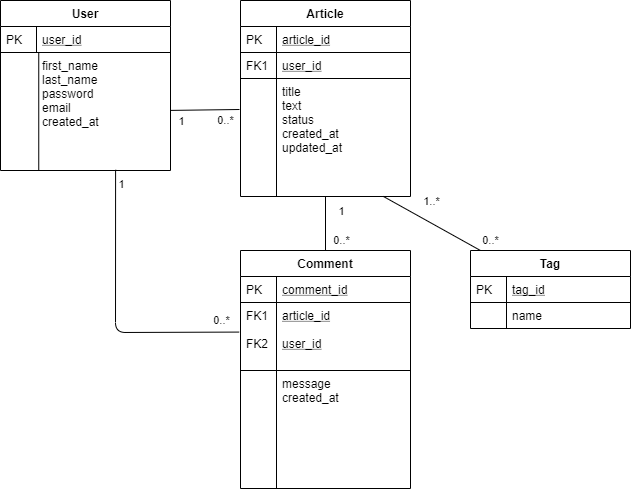
alicedubrovskaya/blog-leverx keeps this draw.io diagram as entities_diagram.png. Above is the earlier version. Source tidied: cells renumbered, new cells last; positions are measured from the earlier drawing's top-left corner, leaving out a move shared by most shapes. Source of this version:
```xml
<mxGraphModel>
  <root>
    <mxCell id="0" />
    <mxCell id="1" parent="0" />
    <mxCell id="2" value="User" style="swimlane;fontStyle=1;horizontal=1;startSize=26;rounded=0;shadow=0;strokeWidth=1;" parent="1" vertex="1">
      <mxGeometry width="170" height="170" as="geometry" />
    </mxCell>
    <mxCell id="3" value="user_id&#10;" style="shape=partialRectangle;top=0;left=0;right=0;bottom=1;align=left;verticalAlign=top;fillColor=none;spacingLeft=40;spacingRight=4;overflow=hidden;rounded=0;shadow=0;strokeWidth=1;fontStyle=4;" parent="2" vertex="1">
      <mxGeometry y="26" width="170" height="26" as="geometry" />
    </mxCell>
    <mxCell id="4" value="PK" style="shape=partialRectangle;top=0;left=0;bottom=0;fillColor=none;align=left;verticalAlign=top;spacingLeft=4;spacingRight=4;overflow=hidden;" parent="3" vertex="1">
      <mxGeometry width="36" height="26" as="geometry" />
    </mxCell>
    <mxCell id="5" value="first_name&#10;last_name&#10;password&#10;email&#10;created_at&#10;" style="shape=partialRectangle;top=0;left=0;right=0;bottom=0;align=left;verticalAlign=top;fillColor=none;spacingLeft=40;spacingRight=4;overflow=hidden;points=[[0,0.5],[1,0.5]];portConstraint=eastwest;rounded=0;shadow=0;strokeWidth=1;" parent="2" vertex="1">
      <mxGeometry y="52" width="170" height="118" as="geometry" />
    </mxCell>
    <mxCell id="6" style="shape=partialRectangle;top=0;left=0;bottom=0;fillColor=none;align=left;verticalAlign=top;spacingLeft=4;spacingRight=4;overflow=hidden;" parent="5" vertex="1">
      <mxGeometry width="38.2" height="118" as="geometry" />
    </mxCell>
    <mxCell id="7" value="Article" style="swimlane;fontStyle=1;horizontal=1;startSize=26;rounded=0;shadow=0;strokeWidth=1;" parent="1" vertex="1">
      <mxGeometry x="240" width="170" height="196" as="geometry" />
    </mxCell>
    <mxCell id="8" value="article_id&#10;" style="shape=partialRectangle;top=0;left=0;right=0;bottom=1;align=left;verticalAlign=top;fillColor=none;spacingLeft=40;spacingRight=4;overflow=hidden;rounded=0;shadow=0;strokeWidth=1;fontStyle=4;" parent="7" vertex="1">
      <mxGeometry y="26" width="170" height="26" as="geometry" />
    </mxCell>
    <mxCell id="9" value="PK" style="shape=partialRectangle;top=0;left=0;bottom=0;fillColor=none;align=left;verticalAlign=top;spacingLeft=4;spacingRight=4;overflow=hidden;" parent="8" vertex="1">
      <mxGeometry width="36" height="26" as="geometry" />
    </mxCell>
    <mxCell id="10" value="user_id&#10;" style="shape=partialRectangle;top=0;left=0;right=0;bottom=1;align=left;verticalAlign=top;fillColor=none;spacingLeft=40;spacingRight=4;overflow=hidden;rounded=0;shadow=0;strokeWidth=1;fontStyle=4;" parent="7" vertex="1">
      <mxGeometry y="52" width="170" height="26" as="geometry" />
    </mxCell>
    <mxCell id="11" value="FK1&#10;" style="shape=partialRectangle;top=0;left=0;bottom=0;fillColor=none;align=left;verticalAlign=top;spacingLeft=4;spacingRight=4;overflow=hidden;" parent="10" vertex="1">
      <mxGeometry width="36" height="26" as="geometry" />
    </mxCell>
    <mxCell id="12" value="title&#10;text&#10;status&#10;created_at&#10;updated_at&#10;" style="shape=partialRectangle;top=0;left=0;right=0;bottom=0;align=left;verticalAlign=top;fillColor=none;spacingLeft=40;spacingRight=4;overflow=hidden;points=[[0,0.5],[1,0.5]];portConstraint=eastwest;rounded=0;shadow=0;strokeWidth=1;" parent="7" vertex="1">
      <mxGeometry y="78" width="170" height="118" as="geometry" />
    </mxCell>
    <mxCell id="13" style="shape=partialRectangle;top=0;left=0;bottom=0;fillColor=none;align=left;verticalAlign=top;spacingLeft=4;spacingRight=4;overflow=hidden;" parent="12" vertex="1">
      <mxGeometry width="36" height="118" as="geometry" />
    </mxCell>
    <mxCell id="14" value="Comment" style="swimlane;fontStyle=1;horizontal=1;startSize=26;rounded=0;shadow=0;strokeWidth=1;" parent="1" vertex="1">
      <mxGeometry x="240" y="250" width="170" height="238" as="geometry" />
    </mxCell>
    <mxCell id="15" value="comment_id" style="shape=partialRectangle;top=0;left=0;right=0;bottom=1;align=left;verticalAlign=top;fillColor=none;spacingLeft=40;spacingRight=4;overflow=hidden;rounded=0;shadow=0;strokeWidth=1;fontStyle=4;" parent="14" vertex="1">
      <mxGeometry y="26" width="170" height="26" as="geometry" />
    </mxCell>
    <mxCell id="16" value="PK" style="shape=partialRectangle;top=0;left=0;bottom=0;fillColor=none;align=left;verticalAlign=top;spacingLeft=4;spacingRight=4;overflow=hidden;" parent="15" vertex="1">
      <mxGeometry width="36" height="26" as="geometry" />
    </mxCell>
    <mxCell id="17" value="article_id&#10;&#10;user_id" style="shape=partialRectangle;top=0;left=0;right=0;bottom=1;align=left;verticalAlign=top;fillColor=none;spacingLeft=40;spacingRight=4;overflow=hidden;points=[[0,0.5],[1,0.5]];portConstraint=eastwest;rounded=0;shadow=0;strokeWidth=1;fontStyle=4;" parent="14" vertex="1">
      <mxGeometry y="52" width="170" height="68" as="geometry" />
    </mxCell>
    <mxCell id="18" value="FK1&#10;&#10;FK2" style="shape=partialRectangle;top=0;left=0;bottom=0;fillColor=none;align=left;verticalAlign=top;spacingLeft=4;spacingRight=4;overflow=hidden;" parent="17" vertex="1">
      <mxGeometry width="36" height="68" as="geometry" />
    </mxCell>
    <mxCell id="19" value="message&#10;created_at" style="shape=partialRectangle;top=0;left=0;right=0;bottom=0;align=left;verticalAlign=top;fillColor=none;spacingLeft=40;spacingRight=4;overflow=hidden;points=[[0,0.5],[1,0.5]];portConstraint=eastwest;rounded=0;shadow=0;strokeWidth=1;" parent="14" vertex="1">
      <mxGeometry y="120" width="170" height="118" as="geometry" />
    </mxCell>
    <mxCell id="20" style="shape=partialRectangle;top=0;left=0;bottom=0;fillColor=none;align=left;verticalAlign=top;spacingLeft=4;spacingRight=4;overflow=hidden;" parent="19" vertex="1">
      <mxGeometry width="36" height="118" as="geometry" />
    </mxCell>
    <mxCell id="21" style="endArrow=none;html=1;" parent="1" edge="1" source="14" target="12">
      <mxGeometry relative="1" as="geometry" />
    </mxCell>
    <mxCell id="22" value="1" style="edgeLabel;html=1;align=center;verticalAlign=middle;" parent="21" vertex="1">
      <mxGeometry x="0.68" relative="1" as="geometry">
        <mxPoint x="15" y="5.2" as="offset" />
      </mxGeometry>
    </mxCell>
    <mxCell id="23" value="0..*" style="edgeLabel;html=1;align=center;verticalAlign=middle;" parent="21" vertex="1">
      <mxGeometry x="-0.72" y="-1" relative="1" as="geometry">
        <mxPoint x="14" y="-2.6" as="offset" />
      </mxGeometry>
    </mxCell>
    <mxCell id="24" style="endArrow=none;html=1;" parent="1" edge="1" source="5">
      <mxGeometry relative="1" as="geometry">
        <mxPoint x="239" y="109" as="targetPoint" />
      </mxGeometry>
    </mxCell>
    <mxCell id="25" value="1" style="edgeLabel;html=1;align=center;verticalAlign=middle;" parent="24" vertex="1">
      <mxGeometry x="-0.57" y="1" relative="1" as="geometry">
        <mxPoint x="-4.8" y="11.3" as="offset" />
      </mxGeometry>
    </mxCell>
    <mxCell id="26" value="0..*" style="edgeLabel;html=1;align=center;verticalAlign=middle;" parent="24" vertex="1">
      <mxGeometry x="0.74" y="1" relative="1" as="geometry">
        <mxPoint x="-6" y="11.9" as="offset" />
      </mxGeometry>
    </mxCell>
    <mxCell id="27" style="endArrow=none;html=1;entryX=0.677;entryY=0.994;entryDx=0;entryDy=0;entryPerimeter=0;exitX=-0.008;exitY=0.435;exitDx=0;exitDy=0;exitPerimeter=0;" parent="1" edge="1" source="17" target="5">
      <mxGeometry relative="1" as="geometry">
        <Array as="points">
          <mxPoint x="115" y="332" />
        </Array>
      </mxGeometry>
    </mxCell>
    <mxCell id="28" value="1" style="edgeLabel;html=1;align=center;verticalAlign=middle;" parent="27" vertex="1">
      <mxGeometry x="0.9" y="1" relative="1" as="geometry">
        <mxPoint x="5.9" as="offset" />
      </mxGeometry>
    </mxCell>
    <mxCell id="29" value="0..*" style="edgeLabel;html=1;align=center;verticalAlign=middle;" parent="27" vertex="1">
      <mxGeometry x="-0.92" relative="1" as="geometry">
        <mxPoint x="-7.2" y="-11.6" as="offset" />
      </mxGeometry>
    </mxCell>
    <mxCell id="30" style="endArrow=none;html=1;entryX=0.841;entryY=1;entryDx=0;entryDy=0;entryPerimeter=0;" parent="1" edge="1" source="33" target="12">
      <mxGeometry relative="1" as="geometry" />
    </mxCell>
    <mxCell id="31" value="0..*" style="edgeLabel;html=1;align=center;verticalAlign=middle;" parent="30" vertex="1">
      <mxGeometry x="-0.75" y="-1" relative="1" as="geometry">
        <mxPoint x="21.6" y="-2.4" as="offset" />
      </mxGeometry>
    </mxCell>
    <mxCell id="32" value="1..*" style="edgeLabel;html=1;align=center;verticalAlign=middle;" parent="30" vertex="1">
      <mxGeometry x="0.48" y="-1" relative="1" as="geometry">
        <mxPoint x="21.3" y="-9.2" as="offset" />
      </mxGeometry>
    </mxCell>
    <mxCell id="33" value="Tag" style="swimlane;fontStyle=1;horizontal=1;startSize=26;rounded=0;shadow=0;strokeWidth=1;" parent="1" vertex="1">
      <mxGeometry x="470" y="250" width="160" height="78" as="geometry" />
    </mxCell>
    <mxCell id="34" value="tag_id" style="shape=partialRectangle;top=0;left=0;right=0;bottom=1;align=left;verticalAlign=top;fillColor=none;spacingLeft=40;spacingRight=4;overflow=hidden;rounded=0;shadow=0;strokeWidth=1;fontStyle=4;" parent="33" vertex="1">
      <mxGeometry y="26" width="160" height="26" as="geometry" />
    </mxCell>
    <mxCell id="35" value="PK" style="shape=partialRectangle;top=0;left=0;bottom=0;fillColor=none;align=left;verticalAlign=top;spacingLeft=4;spacingRight=4;overflow=hidden;" parent="34" vertex="1">
      <mxGeometry width="36" height="26" as="geometry" />
    </mxCell>
    <mxCell id="36" value="name" style="shape=partialRectangle;top=0;left=0;right=0;bottom=0;align=left;verticalAlign=top;fillColor=none;spacingLeft=40;spacingRight=4;overflow=hidden;rounded=0;shadow=0;strokeWidth=1;" parent="33" vertex="1">
      <mxGeometry y="52" width="160" height="26" as="geometry" />
    </mxCell>
    <mxCell id="37" style="shape=partialRectangle;top=0;left=0;bottom=0;fillColor=none;align=left;verticalAlign=top;spacingLeft=4;spacingRight=4;overflow=hidden;" parent="36" vertex="1">
      <mxGeometry width="36" height="26" as="geometry" />
    </mxCell>
  </root>
</mxGraphModel>
```
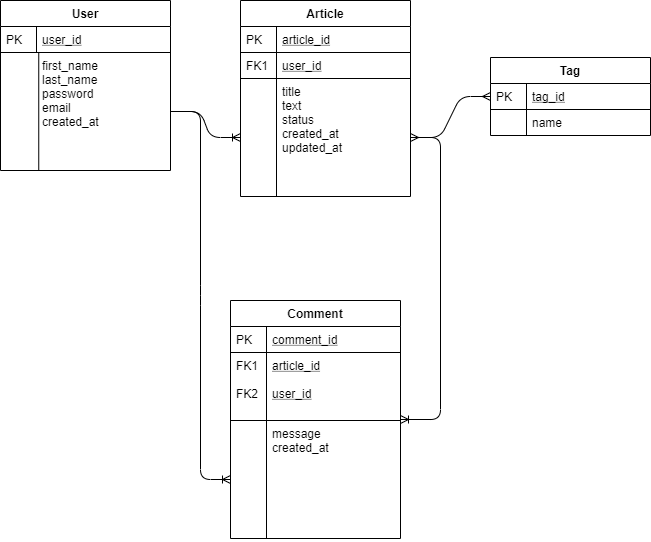
Above is the later version.

Diff of the diagram source:
```diff
@@ -38,8 +38,17 @@
     <mxCell id="13" style="shape=partialRectangle;top=0;left=0;bottom=0;fillColor=none;align=left;verticalAlign=top;spacingLeft=4;spacingRight=4;overflow=hidden;" parent="12" vertex="1">
       <mxGeometry width="36" height="118" as="geometry" />
     </mxCell>
+    <mxCell id="38" style="edgeStyle=entityRelationEdgeStyle;fontSize=12;html=1;endArrow=ERoneToMany;" parent="1" edge="1" source="5" target="19">
+      <mxGeometry relative="1" as="geometry" />
+    </mxCell>
+    <mxCell id="39" style="edgeStyle=entityRelationEdgeStyle;fontSize=12;html=1;endArrow=ERoneToMany;" parent="1" edge="1" source="5" target="12">
+      <mxGeometry relative="1" as="geometry" />
+    </mxCell>
+    <mxCell id="40" style="edgeStyle=entityRelationEdgeStyle;fontSize=12;html=1;endArrow=ERoneToMany;" parent="1" edge="1" source="12" target="14">
+      <mxGeometry relative="1" as="geometry" />
+    </mxCell>
     <mxCell id="14" value="Comment" style="swimlane;fontStyle=1;horizontal=1;startSize=26;rounded=0;shadow=0;strokeWidth=1;" parent="1" vertex="1">
-      <mxGeometry x="240" y="250" width="170" height="238" as="geometry" />
+      <mxGeometry x="230" y="300" width="170" height="238" as="geometry" />
     </mxCell>
     <mxCell id="15" value="comment_id" style="shape=partialRectangle;top=0;left=0;right=0;bottom=1;align=left;verticalAlign=top;fillColor=none;spacingLeft=40;spacingRight=4;overflow=hidden;rounded=0;shadow=0;strokeWidth=1;fontStyle=4;" parent="14" vertex="1">
       <mxGeometry y="26" width="170" height="26" as="geometry" />
@@ -59,66 +68,11 @@
     <mxCell id="20" style="shape=partialRectangle;top=0;left=0;bottom=0;fillColor=none;align=left;verticalAlign=top;spacingLeft=4;spacingRight=4;overflow=hidden;" parent="19" vertex="1">
       <mxGeometry width="36" height="118" as="geometry" />
     </mxCell>
-    <mxCell id="21" style="endArrow=none;html=1;" parent="1" edge="1" source="14" target="12">
-      <mxGeometry relative="1" as="geometry" />
-    </mxCell>
-    <mxCell id="22" value="1" style="edgeLabel;html=1;align=center;verticalAlign=middle;" parent="21" vertex="1">
-      <mxGeometry x="0.68" relative="1" as="geometry">
-        <mxPoint x="15" y="5.2" as="offset" />
-      </mxGeometry>
-    </mxCell>
-    <mxCell id="23" value="0..*" style="edgeLabel;html=1;align=center;verticalAlign=middle;" parent="21" vertex="1">
-      <mxGeometry x="-0.72" y="-1" relative="1" as="geometry">
-        <mxPoint x="14" y="-2.6" as="offset" />
-      </mxGeometry>
-    </mxCell>
-    <mxCell id="24" style="endArrow=none;html=1;" parent="1" edge="1" source="5">
-      <mxGeometry relative="1" as="geometry">
-        <mxPoint x="239" y="109" as="targetPoint" />
-      </mxGeometry>
-    </mxCell>
-    <mxCell id="25" value="1" style="edgeLabel;html=1;align=center;verticalAlign=middle;" parent="24" vertex="1">
-      <mxGeometry x="-0.57" y="1" relative="1" as="geometry">
-        <mxPoint x="-4.8" y="11.3" as="offset" />
-      </mxGeometry>
-    </mxCell>
-    <mxCell id="26" value="0..*" style="edgeLabel;html=1;align=center;verticalAlign=middle;" parent="24" vertex="1">
-      <mxGeometry x="0.74" y="1" relative="1" as="geometry">
-        <mxPoint x="-6" y="11.9" as="offset" />
-      </mxGeometry>
-    </mxCell>
-    <mxCell id="27" style="endArrow=none;html=1;entryX=0.677;entryY=0.994;entryDx=0;entryDy=0;entryPerimeter=0;exitX=-0.008;exitY=0.435;exitDx=0;exitDy=0;exitPerimeter=0;" parent="1" edge="1" source="17" target="5">
-      <mxGeometry relative="1" as="geometry">
-        <Array as="points">
-          <mxPoint x="115" y="332" />
-        </Array>
-      </mxGeometry>
-    </mxCell>
-    <mxCell id="28" value="1" style="edgeLabel;html=1;align=center;verticalAlign=middle;" parent="27" vertex="1">
-      <mxGeometry x="0.9" y="1" relative="1" as="geometry">
-        <mxPoint x="5.9" as="offset" />
-      </mxGeometry>
-    </mxCell>
-    <mxCell id="29" value="0..*" style="edgeLabel;html=1;align=center;verticalAlign=middle;" parent="27" vertex="1">
-      <mxGeometry x="-0.92" relative="1" as="geometry">
-        <mxPoint x="-7.2" y="-11.6" as="offset" />
-      </mxGeometry>
-    </mxCell>
-    <mxCell id="30" style="endArrow=none;html=1;entryX=0.841;entryY=1;entryDx=0;entryDy=0;entryPerimeter=0;" parent="1" edge="1" source="33" target="12">
+    <mxCell id="30" style="edgeStyle=entityRelationEdgeStyle;fontSize=12;html=1;endArrow=ERmany;startArrow=ERmany;" parent="1" edge="1" source="33" target="12">
       <mxGeometry relative="1" as="geometry" />
     </mxCell>
-    <mxCell id="31" value="0..*" style="edgeLabel;html=1;align=center;verticalAlign=middle;" parent="30" vertex="1">
-      <mxGeometry x="-0.75" y="-1" relative="1" as="geometry">
-        <mxPoint x="21.6" y="-2.4" as="offset" />
-      </mxGeometry>
-    </mxCell>
-    <mxCell id="32" value="1..*" style="edgeLabel;html=1;align=center;verticalAlign=middle;" parent="30" vertex="1">
-      <mxGeometry x="0.48" y="-1" relative="1" as="geometry">
-        <mxPoint x="21.3" y="-9.2" as="offset" />
-      </mxGeometry>
-    </mxCell>
     <mxCell id="33" value="Tag" style="swimlane;fontStyle=1;horizontal=1;startSize=26;rounded=0;shadow=0;strokeWidth=1;" parent="1" vertex="1">
-      <mxGeometry x="470" y="250" width="160" height="78" as="geometry" />
+      <mxGeometry x="490" y="57" width="160" height="78" as="geometry" />
     </mxCell>
     <mxCell id="34" value="tag_id" style="shape=partialRectangle;top=0;left=0;right=0;bottom=1;align=left;verticalAlign=top;fillColor=none;spacingLeft=40;spacingRight=4;overflow=hidden;rounded=0;shadow=0;strokeWidth=1;fontStyle=4;" parent="33" vertex="1">
       <mxGeometry y="26" width="160" height="26" as="geometry" />
```
